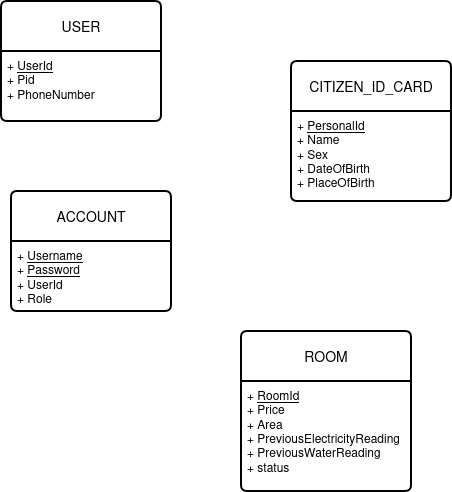
wutdahack1337/room_minh_house keeps this draw.io diagram as ERD.drawio.png. Above is the earlier version. Source tidied: cells renumbered, new cells last; positions are measured from the earlier drawing's top-left corner, leaving out a move shared by most shapes. Its diagram source:
```xml
<mxGraphModel>
  <root>
    <mxCell id="0" />
    <mxCell id="1" parent="0" />
    <mxCell id="2" value="USER" style="swimlane;horizontal=1;startSize=50;rounded=1;fontSize=14;fontStyle=0;strokeWidth=2;shadow=0;dashed=0;align=center;arcSize=4;whiteSpace=wrap;html=1;" parent="1" vertex="1">
      <mxGeometry width="160" height="120" as="geometry" />
    </mxCell>
    <mxCell id="3" value="+ &lt;u&gt;UserId&lt;/u&gt;&lt;br&gt;+ Pid&lt;br&gt;&lt;div&gt;+ PhoneNumber&lt;/div&gt;" style="align=left;strokeColor=none;fillColor=none;spacingLeft=4;spacingRight=4;fontSize=12;verticalAlign=top;html=1;whiteSpace=wrap;" parent="2" vertex="1">
      <mxGeometry y="50" width="160" height="70" as="geometry" />
    </mxCell>
    <mxCell id="4" value="CITIZEN_ID_CARD" style="swimlane;horizontal=1;startSize=50;rounded=1;fontSize=14;fontStyle=0;strokeWidth=2;shadow=0;dashed=0;align=center;arcSize=4;whiteSpace=wrap;html=1;" parent="1" vertex="1">
      <mxGeometry x="290" y="60" width="160" height="140" as="geometry" />
    </mxCell>
    <mxCell id="5" value="+ &lt;u&gt;PersonalId&lt;/u&gt;&lt;br&gt;&lt;div&gt;+ Name&lt;/div&gt;&lt;div&gt;+ Sex&lt;/div&gt;&lt;div&gt;+ DateOfBirth&lt;/div&gt;+ PlaceOfBirth" style="align=left;strokeColor=none;fillColor=none;spacingLeft=4;spacingRight=4;fontSize=12;verticalAlign=top;html=1;whiteSpace=wrap;" parent="4" vertex="1">
      <mxGeometry y="50" width="160" height="90" as="geometry" />
    </mxCell>
    <mxCell id="6" value="ACCOUNT" style="swimlane;horizontal=1;startSize=50;rounded=1;fontSize=14;fontStyle=0;strokeWidth=2;shadow=0;dashed=0;align=center;arcSize=4;whiteSpace=wrap;html=1;" parent="1" vertex="1">
      <mxGeometry x="10" y="190" width="160" height="120" as="geometry" />
    </mxCell>
    <mxCell id="7" value="+ &lt;u&gt;Username&lt;/u&gt;&lt;br&gt;+ &lt;u&gt;Password&lt;/u&gt;&lt;br&gt;&lt;div&gt;+ UserId&lt;/div&gt;&lt;div&gt;+ Role&lt;/div&gt;&lt;div&gt;&lt;br&gt;&lt;/div&gt;" style="align=left;strokeColor=none;fillColor=none;spacingLeft=4;spacingRight=4;fontSize=12;verticalAlign=top;html=1;whiteSpace=wrap;" parent="6" vertex="1">
      <mxGeometry y="50" width="160" height="70" as="geometry" />
    </mxCell>
    <mxCell id="8" value="ROOM" style="swimlane;horizontal=1;startSize=50;rounded=1;fontSize=14;fontStyle=0;strokeWidth=2;shadow=0;dashed=0;align=center;arcSize=4;whiteSpace=wrap;html=1;" parent="1" vertex="1">
      <mxGeometry x="240" y="330" width="170" height="160" as="geometry" />
    </mxCell>
    <mxCell id="9" value="+ &lt;u&gt;RoomId&lt;/u&gt;&lt;br&gt;+ Price&lt;br&gt;&lt;div&gt;+ Area&lt;/div&gt;&lt;div&gt;+ PreviousElectricityReading&lt;/div&gt;&lt;div&gt;+ PreviousWaterReading&lt;/div&gt;+ status" style="align=left;strokeColor=none;fillColor=none;spacingLeft=4;spacingRight=4;fontSize=12;verticalAlign=top;html=1;whiteSpace=wrap;" parent="8" vertex="1">
      <mxGeometry y="50" width="170" height="110" as="geometry" />
    </mxCell>
  </root>
</mxGraphModel>
```
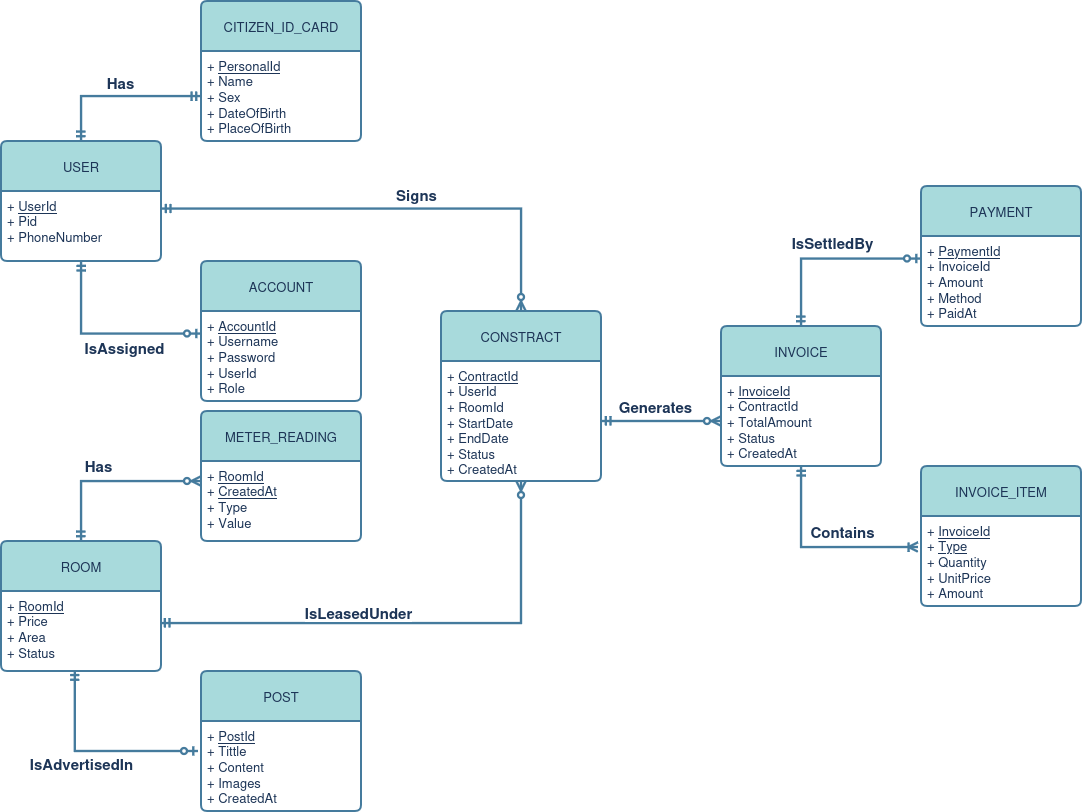
Above is the later version.

Commit message:
update dac ta he thong

The edit, as a diff of the source:
```diff
@@ -2,29 +2,145 @@
   <root>
     <mxCell id="0" />
     <mxCell id="1" parent="0" />
-    <mxCell id="2" value="USER" style="swimlane;horizontal=1;startSize=50;rounded=1;fontSize=14;fontStyle=0;strokeWidth=2;shadow=0;dashed=0;align=center;arcSize=4;whiteSpace=wrap;html=1;" parent="1" vertex="1">
-      <mxGeometry width="160" height="120" as="geometry" />
+    <mxCell id="2" value="USER" style="swimlane;horizontal=1;startSize=50;rounded=1;fontSize=13;fontStyle=0;strokeWidth=2;shadow=0;dashed=0;align=center;arcSize=4;whiteSpace=wrap;html=1;fillColor=#A8DADC;strokeColor=#457B9D;labelBackgroundColor=none;fontColor=#1D3557;" parent="1" vertex="1">
+      <mxGeometry x="-40" y="80" width="160" height="120" as="geometry" />
     </mxCell>
-    <mxCell id="3" value="+ &lt;u&gt;UserId&lt;/u&gt;&lt;br&gt;+ Pid&lt;br&gt;&lt;div&gt;+ PhoneNumber&lt;/div&gt;" style="align=left;strokeColor=none;fillColor=none;spacingLeft=4;spacingRight=4;fontSize=12;verticalAlign=top;html=1;whiteSpace=wrap;" parent="2" vertex="1">
+    <mxCell id="3" value="+ &lt;u&gt;UserId&lt;/u&gt;&lt;br&gt;+ Pid&lt;br&gt;&lt;div&gt;+ PhoneNumber&lt;/div&gt;" style="align=left;strokeColor=none;fillColor=none;spacingLeft=4;spacingRight=4;fontSize=13;verticalAlign=top;html=1;whiteSpace=wrap;labelBackgroundColor=none;fontColor=#1D3557;" parent="2" vertex="1">
       <mxGeometry y="50" width="160" height="70" as="geometry" />
     </mxCell>
-    <mxCell id="4" value="CITIZEN_ID_CARD" style="swimlane;horizontal=1;startSize=50;rounded=1;fontSize=14;fontStyle=0;strokeWidth=2;shadow=0;dashed=0;align=center;arcSize=4;whiteSpace=wrap;html=1;" parent="1" vertex="1">
-      <mxGeometry x="290" y="60" width="160" height="140" as="geometry" />
+    <mxCell id="4" value="CITIZEN_ID_CARD" style="swimlane;horizontal=1;startSize=50;rounded=1;fontSize=13;fontStyle=0;strokeWidth=2;shadow=0;dashed=0;align=center;arcSize=4;whiteSpace=wrap;html=1;labelBackgroundColor=none;fillColor=#A8DADC;strokeColor=#457B9D;fontColor=#1D3557;" parent="1" vertex="1">
+      <mxGeometry x="160" y="-60" width="160" height="140" as="geometry" />
     </mxCell>
-    <mxCell id="5" value="+ &lt;u&gt;PersonalId&lt;/u&gt;&lt;br&gt;&lt;div&gt;+ Name&lt;/div&gt;&lt;div&gt;+ Sex&lt;/div&gt;&lt;div&gt;+ DateOfBirth&lt;/div&gt;+ PlaceOfBirth" style="align=left;strokeColor=none;fillColor=none;spacingLeft=4;spacingRight=4;fontSize=12;verticalAlign=top;html=1;whiteSpace=wrap;" parent="4" vertex="1">
+    <mxCell id="5" value="+ &lt;u&gt;PersonalId&lt;/u&gt;&lt;br&gt;&lt;div&gt;+ Name&lt;/div&gt;&lt;div&gt;+ Sex&lt;/div&gt;&lt;div&gt;+ DateOfBirth&lt;/div&gt;+ PlaceOfBirth" style="align=left;strokeColor=none;fillColor=none;spacingLeft=4;spacingRight=4;fontSize=13;verticalAlign=top;html=1;whiteSpace=wrap;labelBackgroundColor=none;fontColor=#1D3557;" parent="4" vertex="1">
       <mxGeometry y="50" width="160" height="90" as="geometry" />
     </mxCell>
-    <mxCell id="6" value="ACCOUNT" style="swimlane;horizontal=1;startSize=50;rounded=1;fontSize=14;fontStyle=0;strokeWidth=2;shadow=0;dashed=0;align=center;arcSize=4;whiteSpace=wrap;html=1;" parent="1" vertex="1">
-      <mxGeometry x="10" y="190" width="160" height="120" as="geometry" />
+    <mxCell id="6" value="ACCOUNT" style="swimlane;horizontal=1;startSize=50;rounded=1;fontSize=13;fontStyle=0;strokeWidth=2;shadow=0;dashed=0;align=center;arcSize=4;whiteSpace=wrap;html=1;labelBackgroundColor=none;fillColor=#A8DADC;strokeColor=#457B9D;fontColor=#1D3557;" parent="1" vertex="1">
+      <mxGeometry x="160" y="200" width="160" height="140" as="geometry" />
     </mxCell>
-    <mxCell id="7" value="+ &lt;u&gt;Username&lt;/u&gt;&lt;br&gt;+ &lt;u&gt;Password&lt;/u&gt;&lt;br&gt;&lt;div&gt;+ UserId&lt;/div&gt;&lt;div&gt;+ Role&lt;/div&gt;&lt;div&gt;&lt;br&gt;&lt;/div&gt;" style="align=left;strokeColor=none;fillColor=none;spacingLeft=4;spacingRight=4;fontSize=12;verticalAlign=top;html=1;whiteSpace=wrap;" parent="6" vertex="1">
-      <mxGeometry y="50" width="160" height="70" as="geometry" />
-    </mxCell>
+    <mxCell id="10" value="&lt;div&gt;+ &lt;u&gt;AccountId&lt;br&gt;&lt;/u&gt;&lt;/div&gt;&lt;div&gt;+ Username&lt;/div&gt;+ Password&lt;br&gt;&lt;div&gt;+ UserId&lt;/div&gt;&lt;div&gt;+ Role&lt;/div&gt;&lt;div&gt;&lt;br&gt;&lt;/div&gt;" style="align=left;strokeColor=none;fillColor=none;spacingLeft=4;spacingRight=4;fontSize=13;verticalAlign=top;html=1;whiteSpace=wrap;labelBackgroundColor=none;fontColor=#1D3557;" parent="6" vertex="1">
+      <mxGeometry y="50" width="160" height="90" as="geometry" />
+    </mxCell>
-    <mxCell id="8" value="ROOM" style="swimlane;horizontal=1;startSize=50;rounded=1;fontSize=14;fontStyle=0;strokeWidth=2;shadow=0;dashed=0;align=center;arcSize=4;whiteSpace=wrap;html=1;" parent="1" vertex="1">
-      <mxGeometry x="240" y="330" width="170" height="160" as="geometry" />
+    <mxCell id="8" value="ROOM" style="swimlane;horizontal=1;startSize=50;rounded=1;fontSize=13;fontStyle=0;strokeWidth=2;shadow=0;dashed=0;align=center;arcSize=4;whiteSpace=wrap;html=1;labelBackgroundColor=none;fillColor=#A8DADC;strokeColor=#457B9D;fontColor=#1D3557;" parent="1" vertex="1">
+      <mxGeometry x="-40" y="480" width="160" height="130" as="geometry" />
     </mxCell>
-    <mxCell id="9" value="+ &lt;u&gt;RoomId&lt;/u&gt;&lt;br&gt;+ Price&lt;br&gt;&lt;div&gt;+ Area&lt;/div&gt;&lt;div&gt;+ PreviousElectricityReading&lt;/div&gt;&lt;div&gt;+ PreviousWaterReading&lt;/div&gt;+ status" style="align=left;strokeColor=none;fillColor=none;spacingLeft=4;spacingRight=4;fontSize=12;verticalAlign=top;html=1;whiteSpace=wrap;" parent="8" vertex="1">
-      <mxGeometry y="50" width="170" height="110" as="geometry" />
-    </mxCell>
+    <mxCell id="11" value="+ &lt;u&gt;RoomId&lt;/u&gt;&lt;br&gt;+ Price&lt;br&gt;&lt;div&gt;+ Area&lt;/div&gt;&lt;div&gt;+ Status&lt;/div&gt;" style="align=left;strokeColor=none;fillColor=none;spacingLeft=4;spacingRight=4;fontSize=13;verticalAlign=top;html=1;whiteSpace=wrap;labelBackgroundColor=none;fontColor=#1D3557;" parent="8" vertex="1">
+      <mxGeometry y="50" width="160" height="80" as="geometry" />
+    </mxCell>
+    <mxCell id="12" value="POST" style="swimlane;horizontal=1;startSize=50;rounded=1;fontSize=13;fontStyle=0;strokeWidth=2;shadow=0;dashed=0;align=center;arcSize=4;whiteSpace=wrap;html=1;hachureGap=4;fontFamily=Helvetica;labelBackgroundColor=none;fillColor=#A8DADC;strokeColor=#457B9D;fontColor=#1D3557;" parent="1" vertex="1">
+      <mxGeometry x="160" y="610" width="160" height="140" as="geometry" />
+    </mxCell>
+    <mxCell id="13" value="+ &lt;u&gt;PostId&lt;/u&gt;&lt;br&gt;+ Tittle&lt;br&gt;&lt;div&gt;+ Content&lt;/div&gt;&lt;div&gt;+ Images&lt;/div&gt;&lt;div&gt;+ CreatedAt&lt;/div&gt;" style="align=left;strokeColor=none;fillColor=none;spacingLeft=4;spacingRight=4;fontSize=13;verticalAlign=top;html=1;whiteSpace=wrap;hachureGap=4;fontFamily=Helvetica;labelBackgroundColor=none;fontColor=#1D3557;" parent="12" vertex="1">
+      <mxGeometry y="50" width="160" height="90" as="geometry" />
+    </mxCell>
+    <mxCell id="14" value="CONSTRACT" style="swimlane;horizontal=1;startSize=50;rounded=1;fontSize=13;fontStyle=0;strokeWidth=2;shadow=0;dashed=0;align=center;arcSize=4;whiteSpace=wrap;html=1;labelBackgroundColor=none;fillColor=#A8DADC;strokeColor=#457B9D;fontColor=#1D3557;" parent="1" vertex="1">
+      <mxGeometry x="400" y="250" width="160" height="170" as="geometry" />
+    </mxCell>
+    <mxCell id="15" value="+ &lt;u&gt;ContractId&lt;/u&gt;&lt;br&gt;+ UserId&lt;br&gt;&lt;div&gt;+ RoomId&lt;/div&gt;&lt;div&gt;+ StartDate&lt;/div&gt;&lt;div&gt;+ EndDate&lt;br&gt;+ Status&lt;/div&gt;&lt;div&gt;+ CreatedAt&lt;/div&gt;" style="align=left;strokeColor=none;fillColor=none;spacingLeft=4;spacingRight=4;fontSize=13;verticalAlign=top;html=1;whiteSpace=wrap;labelBackgroundColor=none;fontColor=#1D3557;" parent="14" vertex="1">
+      <mxGeometry y="50" width="160" height="120" as="geometry" />
+    </mxCell>
+    <mxCell id="16" value="INVOICE" style="swimlane;horizontal=1;startSize=50;rounded=1;fontSize=13;fontStyle=0;strokeWidth=2;shadow=0;dashed=0;align=center;arcSize=4;whiteSpace=wrap;html=1;labelBackgroundColor=none;fillColor=#A8DADC;strokeColor=#457B9D;fontColor=#1D3557;" parent="1" vertex="1">
+      <mxGeometry x="680" y="265" width="160" height="140" as="geometry" />
+    </mxCell>
+    <mxCell id="17" value="+ &lt;u&gt;InvoiceId&lt;/u&gt;&lt;br&gt;&lt;div&gt;+ ContractId&lt;/div&gt;&lt;div&gt;+ TotalAmount&lt;/div&gt;&lt;div&gt;+ Status&lt;/div&gt;&lt;div&gt;+ CreatedAt&lt;/div&gt;" style="align=left;strokeColor=none;fillColor=none;spacingLeft=4;spacingRight=4;fontSize=13;verticalAlign=top;html=1;whiteSpace=wrap;labelBackgroundColor=none;fontColor=#1D3557;" parent="16" vertex="1">
+      <mxGeometry y="50" width="160" height="90" as="geometry" />
+    </mxCell>
+    <mxCell id="18" style="fontSize=13;html=1;endArrow=ERmandOne;startArrow=ERmandOne;rounded=0;exitX=0.5;exitY=0;exitDx=0;exitDy=0;entryX=0;entryY=0.5;entryDx=0;entryDy=0;edgeStyle=orthogonalEdgeStyle;labelBackgroundColor=none;strokeColor=#457B9D;fontColor=default;strokeWidth=2.3621999999999996;" parent="1" edge="1" source="2" target="5">
+      <mxGeometry relative="1" as="geometry" />
+    </mxCell>
+    <mxCell id="19" value="&lt;font&gt;&lt;b&gt;Has&lt;/b&gt;&lt;/font&gt;" style="edgeLabel;html=1;align=center;verticalAlign=middle;strokeColor=#457B9D;fontColor=#1D3557;fillColor=#A8DADC;fontSize=15;" parent="18" vertex="1">
+      <mxGeometry x="0.01" y="-2" relative="1" as="geometry">
+        <mxPoint y="-17" as="offset" />
+      </mxGeometry>
+    </mxCell>
+    <mxCell id="20" style="edgeStyle=orthogonalEdgeStyle;fontSize=13;html=1;endArrow=ERzeroToOne;startArrow=ERmandOne;rounded=0;strokeColor=#457B9D;fontColor=#1D3557;fillColor=#A8DADC;exitX=0.5;exitY=1;exitDx=0;exitDy=0;entryX=0;entryY=0.25;entryDx=0;entryDy=0;strokeWidth=2.3621999999999996;" parent="1" edge="1" source="2" target="10">
+      <mxGeometry relative="1" as="geometry" />
+    </mxCell>
+    <mxCell id="21" value="&lt;b&gt;IsAssigned&lt;/b&gt;" style="edgeLabel;html=1;align=center;verticalAlign=middle;strokeColor=#457B9D;fontColor=#1D3557;fillColor=#A8DADC;fontSize=15;" parent="20" vertex="1">
+      <mxGeometry x="0.19" y="3" relative="1" as="geometry">
+        <mxPoint y="16" as="offset" />
+      </mxGeometry>
+    </mxCell>
+    <mxCell id="22" style="edgeStyle=orthogonalEdgeStyle;fontSize=13;html=1;endArrow=ERzeroToOne;startArrow=ERmandOne;rounded=0;strokeColor=#457B9D;fontColor=#1D3557;fillColor=#A8DADC;exitX=0.461;exitY=0.991;exitDx=0;exitDy=0;exitPerimeter=0;entryX=-0.019;entryY=0.333;entryDx=0;entryDy=0;entryPerimeter=0;strokeWidth=2.3621999999999996;" parent="1" edge="1" source="11" target="13">
+      <mxGeometry relative="1" as="geometry">
+        <Array as="points">
+          <mxPoint x="34" y="690" />
+        </Array>
+      </mxGeometry>
+    </mxCell>
+    <mxCell id="23" value="&lt;font style=&quot;font-size: 15px;&quot;&gt;&lt;b&gt;&lt;font&gt;IsAdvertisedIn&lt;/font&gt;&lt;/b&gt;&lt;/font&gt;" style="edgeLabel;html=1;align=center;verticalAlign=middle;strokeColor=#457B9D;fontColor=#1D3557;fillColor=#A8DADC;fontSize=13;" parent="22" vertex="1">
+      <mxGeometry x="-0.36" y="3" relative="1" as="geometry">
+        <mxPoint x="3" y="27" as="offset" />
+      </mxGeometry>
+    </mxCell>
+    <mxCell id="24" style="fontSize=13;html=1;endArrow=ERzeroToMany;startArrow=ERmandOne;rounded=0;strokeColor=#457B9D;fontColor=#1D3557;fillColor=#A8DADC;exitX=1;exitY=0.25;exitDx=0;exitDy=0;entryX=0.5;entryY=0;entryDx=0;entryDy=0;edgeStyle=orthogonalEdgeStyle;strokeWidth=2.3621999999999996;" parent="1" edge="1" source="3" target="14">
+      <mxGeometry relative="1" as="geometry" />
+    </mxCell>
+    <mxCell id="25" value="&lt;font&gt;&lt;b&gt;Sign&lt;/b&gt;&lt;/font&gt;&lt;b&gt;s&lt;/b&gt;" style="edgeLabel;html=1;align=center;verticalAlign=middle;strokeColor=#457B9D;fontColor=#1D3557;fillColor=#A8DADC;fontSize=15;" parent="24" vertex="1">
+      <mxGeometry x="0.18" relative="1" as="geometry">
+        <mxPoint x="-18" y="-15" as="offset" />
+      </mxGeometry>
+    </mxCell>
+    <mxCell id="26" value="INVOICE_ITEM" style="swimlane;horizontal=1;startSize=50;rounded=1;fontSize=13;fontStyle=0;strokeWidth=2;shadow=0;dashed=0;align=center;arcSize=4;whiteSpace=wrap;html=1;strokeColor=#457B9D;fontColor=#1D3557;fillColor=#A8DADC;" parent="1" vertex="1">
+      <mxGeometry x="880" y="405" width="160" height="140" as="geometry" />
+    </mxCell>
+    <mxCell id="27" value="+ &lt;u&gt;InvoiceId&lt;/u&gt;&lt;br&gt;+ &lt;u&gt;Type&lt;/u&gt;&lt;br&gt;&lt;div&gt;+ Quantity&lt;/div&gt;&lt;div&gt;+ UnitPrice&lt;/div&gt;&lt;div&gt;+ Amount&lt;/div&gt;" style="align=left;strokeColor=none;fillColor=none;spacingLeft=4;spacingRight=4;fontSize=13;verticalAlign=top;html=1;whiteSpace=wrap;fontColor=#1D3557;" parent="26" vertex="1">
+      <mxGeometry y="50" width="160" height="90" as="geometry" />
+    </mxCell>
+    <mxCell id="28" value="METER_READING" style="swimlane;horizontal=1;startSize=50;rounded=1;fontSize=13;fontStyle=0;strokeWidth=2;shadow=0;dashed=0;align=center;arcSize=4;whiteSpace=wrap;html=1;strokeColor=#457B9D;fontColor=#1D3557;fillColor=#A8DADC;" parent="1" vertex="1">
+      <mxGeometry x="160" y="350" width="160" height="130" as="geometry" />
+    </mxCell>
+    <mxCell id="29" value="+ &lt;u&gt;RoomId&lt;/u&gt;&lt;br&gt;+ &lt;u&gt;CreatedAt&lt;/u&gt;&lt;br&gt;&lt;div&gt;+ Type&lt;/div&gt;&lt;div&gt;+ Value&lt;/div&gt;" style="align=left;strokeColor=none;fillColor=none;spacingLeft=4;spacingRight=4;fontSize=13;verticalAlign=top;html=1;whiteSpace=wrap;fontColor=#1D3557;" parent="28" vertex="1">
+      <mxGeometry y="50" width="160" height="80" as="geometry" />
+    </mxCell>
+    <mxCell id="30" value="PAYMENT" style="swimlane;horizontal=1;startSize=50;rounded=1;fontSize=13;fontStyle=0;strokeWidth=2;shadow=0;dashed=0;align=center;arcSize=4;whiteSpace=wrap;html=1;strokeColor=#457B9D;fontColor=#1D3557;fillColor=#A8DADC;" parent="1" vertex="1">
+      <mxGeometry x="880" y="125" width="160" height="140" as="geometry" />
+    </mxCell>
+    <mxCell id="31" value="+ &lt;u&gt;PaymentId&lt;/u&gt;&lt;br&gt;+ InvoiceId&lt;br&gt;&lt;div&gt;+ Amount&lt;/div&gt;&lt;div&gt;+ Method&lt;/div&gt;&lt;div&gt;+ PaidAt&lt;/div&gt;" style="align=left;strokeColor=none;fillColor=none;spacingLeft=4;spacingRight=4;fontSize=13;verticalAlign=top;html=1;whiteSpace=wrap;fontColor=#1D3557;" parent="30" vertex="1">
+      <mxGeometry y="50" width="160" height="90" as="geometry" />
+    </mxCell>
+    <mxCell id="32" style="edgeStyle=orthogonalEdgeStyle;fontSize=12;html=1;endArrow=ERoneToMany;startArrow=ERmandOne;rounded=0;strokeColor=#457B9D;fontColor=#1D3557;fillColor=#A8DADC;exitX=0.5;exitY=1;exitDx=0;exitDy=0;entryX=-0.019;entryY=0.344;entryDx=0;entryDy=0;entryPerimeter=0;strokeWidth=2.3621999999999996;" parent="1" edge="1" source="16" target="27">
+      <mxGeometry relative="1" as="geometry">
+        <Array as="points">
+          <mxPoint x="760" y="486" />
+        </Array>
+      </mxGeometry>
+    </mxCell>
+    <mxCell id="33" value="&lt;b&gt;&lt;font style=&quot;font-size: 15px;&quot;&gt;Contains&lt;/font&gt;&lt;/b&gt;" style="edgeLabel;html=1;align=center;verticalAlign=middle;strokeColor=#457B9D;fontColor=#1D3557;fillColor=#A8DADC;" parent="32" vertex="1">
+      <mxGeometry x="-0.05" y="-1" relative="1" as="geometry">
+        <mxPoint x="27" y="-17" as="offset" />
+      </mxGeometry>
+    </mxCell>
+    <mxCell id="34" style="edgeStyle=orthogonalEdgeStyle;fontSize=12;html=1;endArrow=ERzeroToOne;startArrow=ERmandOne;rounded=0;strokeColor=#457B9D;fontColor=#1D3557;fillColor=#A8DADC;exitX=0.5;exitY=0;exitDx=0;exitDy=0;entryX=0;entryY=0.25;entryDx=0;entryDy=0;strokeWidth=2.3621999999999996;" parent="1" edge="1" source="16" target="31">
+      <mxGeometry relative="1" as="geometry" />
+    </mxCell>
+    <mxCell id="35" value="&lt;b&gt;&lt;font style=&quot;font-size: 15px;&quot;&gt;IsSettledBy&lt;/font&gt;&lt;/b&gt;" style="edgeLabel;html=1;align=center;verticalAlign=middle;strokeColor=#457B9D;fontColor=#1D3557;fillColor=#A8DADC;" parent="34" vertex="1">
+      <mxGeometry x="-0.08" y="2" relative="1" as="geometry">
+        <mxPoint x="11" y="-15" as="offset" />
+      </mxGeometry>
+    </mxCell>
+    <mxCell id="36" style="edgeStyle=orthogonalEdgeStyle;fontSize=12;html=1;endArrow=ERzeroToMany;startArrow=ERmandOne;rounded=0;strokeColor=#457B9D;fontColor=#1D3557;fillColor=#A8DADC;exitX=1;exitY=0.5;exitDx=0;exitDy=0;entryX=0;entryY=0.5;entryDx=0;entryDy=0;strokeWidth=2.3621999999999996;" parent="1" edge="1" source="15" target="17">
+      <mxGeometry relative="1" as="geometry" />
+    </mxCell>
+    <mxCell id="37" value="&lt;font style=&quot;font-size: 15px;&quot;&gt;&lt;b&gt;Generates&lt;/b&gt;&lt;/font&gt;" style="edgeLabel;html=1;align=center;verticalAlign=middle;strokeColor=#457B9D;fontColor=#1D3557;fillColor=#A8DADC;" parent="36" vertex="1">
+      <mxGeometry x="-0.41" y="5" relative="1" as="geometry">
+        <mxPoint x="18" y="-11" as="offset" />
+      </mxGeometry>
+    </mxCell>
+    <mxCell id="38" style="edgeStyle=orthogonalEdgeStyle;fontSize=12;html=1;endArrow=ERzeroToMany;startArrow=ERmandOne;rounded=0;strokeColor=#457B9D;fontColor=#1D3557;fillColor=#A8DADC;exitX=0.994;exitY=0.4;exitDx=0;exitDy=0;exitPerimeter=0;entryX=0.5;entryY=1;entryDx=0;entryDy=0;strokeWidth=2.3621999999999996;" parent="1" edge="1" source="11" target="15">
+      <mxGeometry relative="1" as="geometry" />
+    </mxCell>
+    <mxCell id="39" value="&lt;b&gt;&lt;font style=&quot;font-size: 15px;&quot;&gt;IsLeasedUnder&lt;/font&gt;&lt;/b&gt;" style="edgeLabel;html=1;align=center;verticalAlign=middle;strokeColor=#457B9D;fontColor=#1D3557;fillColor=#A8DADC;" parent="38" vertex="1">
+      <mxGeometry x="-0.22" y="-1" relative="1" as="geometry">
+        <mxPoint x="2" y="-13" as="offset" />
+      </mxGeometry>
+    </mxCell>
+    <mxCell id="40" style="edgeStyle=orthogonalEdgeStyle;fontSize=12;html=1;endArrow=ERzeroToMany;startArrow=ERmandOne;rounded=0;strokeColor=#457B9D;fontColor=#1D3557;fillColor=#A8DADC;exitX=0.5;exitY=0;exitDx=0;exitDy=0;entryX=0;entryY=0.25;entryDx=0;entryDy=0;strokeWidth=2.3621999999999996;" parent="1" edge="1" source="8" target="29">
+      <mxGeometry relative="1" as="geometry" />
+    </mxCell>
+    <mxCell id="41" value="&lt;b&gt;&lt;font style=&quot;font-size: 15px;&quot;&gt;Has&lt;/font&gt;&lt;/b&gt;" style="edgeLabel;html=1;align=center;verticalAlign=middle;strokeColor=#457B9D;fontColor=#1D3557;fillColor=#A8DADC;" parent="40" vertex="1">
+      <mxGeometry x="-0.08" y="1" relative="1" as="geometry">
+        <mxPoint x="-7" y="-16" as="offset" />
+      </mxGeometry>
+    </mxCell>
   </root>
 </mxGraphModel>
```
